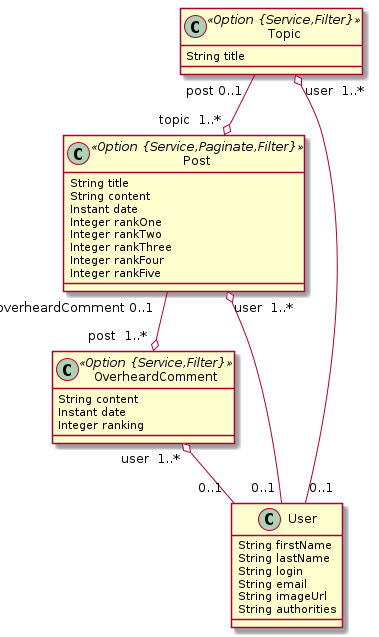
armper/overheardclub keeps this PlantUML diagram as overheard.png. Above is the earlier version.
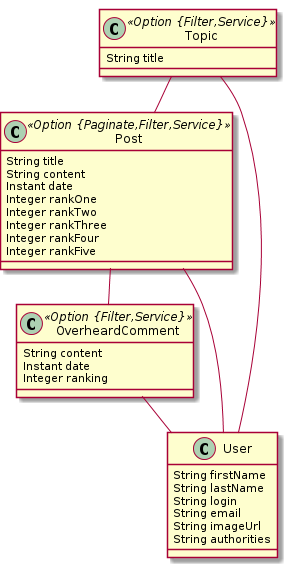
After the change.

Diff of the diagram source:
```diff
@@ -1,11 +1,12 @@
 @startuml
+	!pragma graphviz_dot jdot
 	!pragma syntax class
-	class OverheardComment <<Option {Service,Filter}>> {
+	class OverheardComment <<Option {Filter,Service}>> {
 		String content
 		Instant date
 		Integer ranking
 	}
-	class Post <<Option {Service,Paginate,Filter}>> {
+	class Post <<Option {Paginate,Filter,Service}>> {
 		String title
 		String content
 		Instant date
@@ -15,7 +16,7 @@
 		Integer rankFour
 		Integer rankFive
 	}
-	class Topic <<Option {Service,Filter}>> {
+	class Topic <<Option {Filter,Service}>> {
 		String title
 	}
 	Post  "overheardComment 0..1 " --o "post  1..* "  OverheardComment
```
